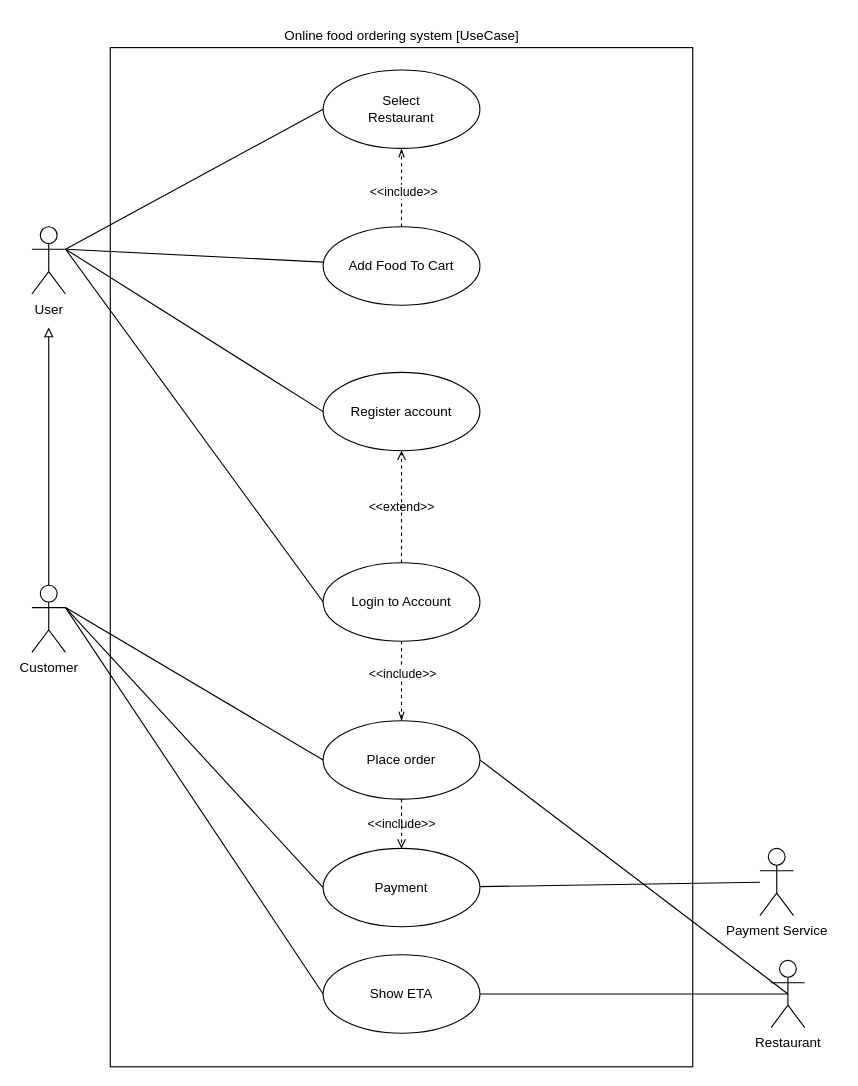
Earlier version of the draw.io diagram page "UseCase" (1 of 5) of Project work Modellering.drawio (timhallberg/projectworkModellering). Source tidied: cells renumbered, new cells numbered last; positions are measured from the earlier drawing's top-left corner, leaving out a move shared by most shapes. Both pictures are drawn from the tidied source at 112%, with x=0, y=0 at pixel (31, 19).
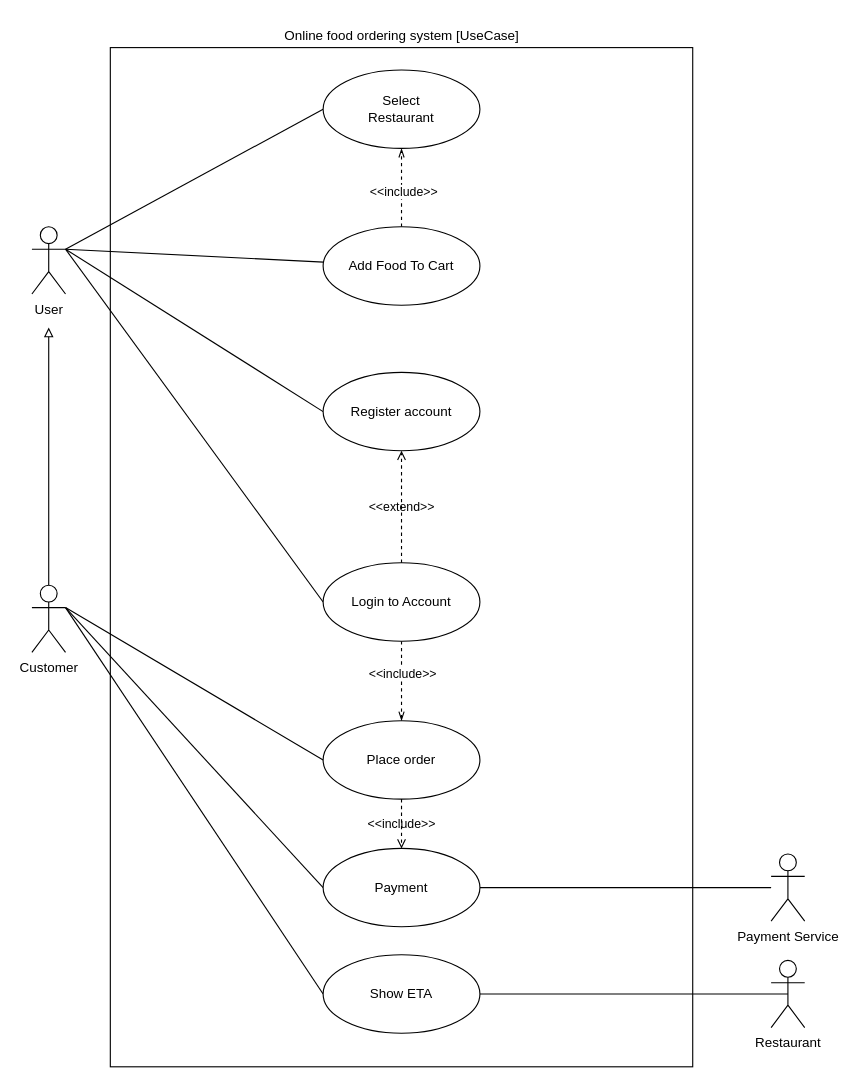
After the change.

Unchanged cells that the change refers to:
```xml
<mxCell id="20" value="Restaurant" style="shape=umlActor;verticalLabelPosition=bottom;verticalAlign=top;html=1;" parent="1" vertex="1">
  <mxGeometry x="660" y="840" width="30" height="60" as="geometry" />
</mxCell>
<mxCell id="22" value="Place order" style="ellipse;whiteSpace=wrap;html=1;" parent="1" vertex="1">
  <mxGeometry x="260" y="626" width="140" height="70" as="geometry" />
</mxCell>
```

What changed in the source:
```diff
@@
     <mxCell id="13" value="Payment Service" style="shape=umlActor;verticalLabelPosition=bottom;verticalAlign=top;html=1;" parent="1" vertex="1">
-      <mxGeometry x="650" y="740" width="30" height="60" as="geometry" />
+      <mxGeometry x="660" y="745" width="30" height="60" as="geometry" />
     </mxCell>
@@
-    <mxCell id="21" style="edgeStyle=none;rounded=0;jettySize=auto;html=1;entryX=0.5;entryY=0.5;entryDx=0;entryDy=0;entryPerimeter=0;startArrow=none;startFill=0;endArrow=none;endFill=0;exitX=1;exitY=0.5;exitDx=0;exitDy=0;" parent="1" edge="1" source="22" target="20">
-      <mxGeometry relative="1" as="geometry" />
-    </mxCell>
```
